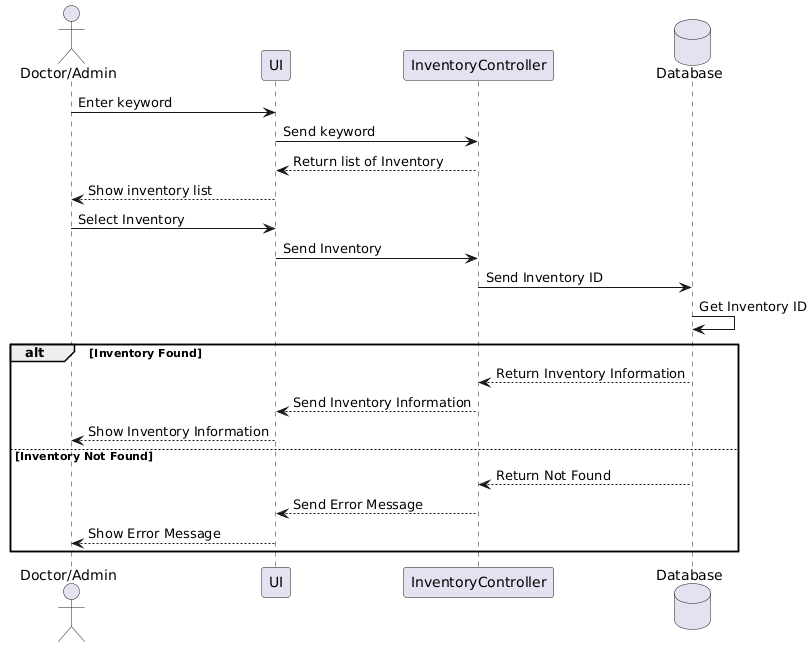
This is UML/Sequence + Code/SearchAndViewInventory.png from Sagitoaz/BTL_OOP, a PlantUML export, as it was before one commit. Its diagram source:
```plantuml
@startuml
actor "Doctor/Admin" as Client
participant UI
participant InventoryController
database Database

Client -> UI: Enter keyword
UI -> InventoryController: Send keyword
InventoryController --> UI: Return list of Inventory
UI --> Client: Show inventory list

Client -> UI: Select Inventory
UI -> InventoryController: Send Inventory
InventoryController -> Database: Send Inventory ID
Database -> Database: Get Inventory ID

alt Inventory Found
    Database --> InventoryController: Return Inventory Information
    InventoryController --> UI: Send Inventory Information
    UI --> Client: Show Inventory Information
else Inventory Not Found
    Database --> InventoryController: Return Not Found
    InventoryController --> UI: Send Error Message
    UI --> Client: Show Error Message
end
@enduml
```
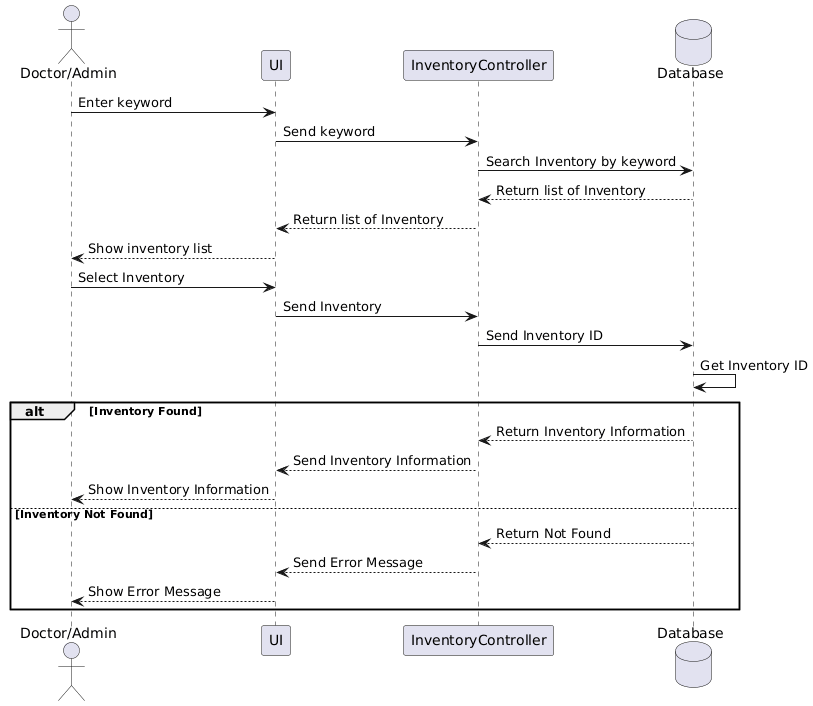
The same diagram one commit later.

Commit message:
Fix : Sequence of Inventory

The edit, as a diff of the source:
```diff
@@ -6,6 +6,8 @@
 
 Client -> UI: Enter keyword
 UI -> InventoryController: Send keyword
+InventoryController -> Database: Search Inventory by keyword
+Database --> InventoryController: Return list of Inventory
 InventoryController --> UI: Return list of Inventory
 UI --> Client: Show inventory list
 
```
